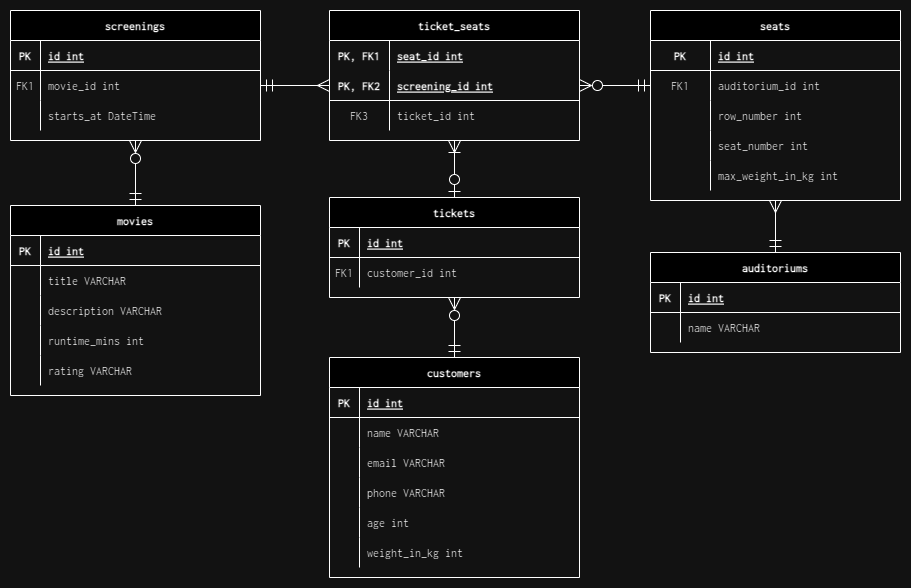
Earlier version of the draw.io export er_diag.png (boolean-uk/csharp-api-cinema-challenge). Source tidied: cells renumbered, new cells last; positions are measured from the earlier drawing's top-left corner, leaving out a move shared by most shapes.
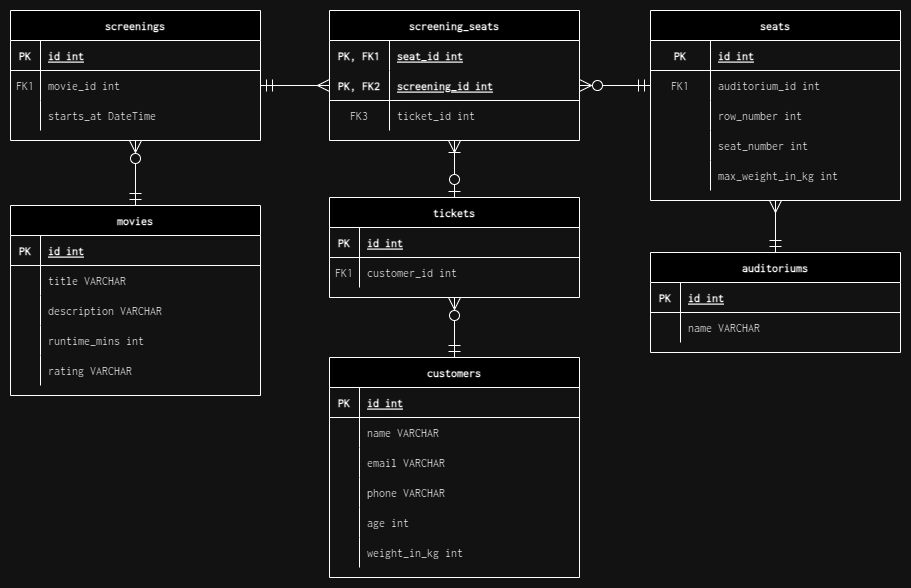
After the change.

Commit message:
Model: Updated Schema Diagram

Change to the diagram source:
```diff
@@ -83,7 +83,7 @@
     <mxCell id="28" value="starts_at DateTime" style="shape=partialRectangle;overflow=hidden;fillColor=none;top=0;left=0;bottom=0;right=0;align=left;spacingLeft=6;fontFamily=Inconsolata;fontSource=https%3A%2F%2Ffonts.googleapis.com%2Fcss%3Ffamily%3DInconsolata;" parent="26" vertex="1">
       <mxGeometry x="30" width="220" height="30" as="geometry" />
     </mxCell>
-    <mxCell id="29" value="ticket_seats" style="shape=table;startSize=30;rowLines=0;fontStyle=1;align=center;fontFamily=Inconsolata;fontSource=https%3A%2F%2Ffonts.googleapis.com%2Fcss%3Ffamily%3DInconsolata;" parent="1" vertex="1">
+    <mxCell id="29" value="screening_seats" style="shape=table;startSize=30;rowLines=0;fontStyle=1;align=center;fontFamily=Inconsolata;fontSource=https%3A%2F%2Ffonts.googleapis.com%2Fcss%3Ffamily%3DInconsolata;" parent="1" vertex="1">
       <mxGeometry x="319" width="250" height="130" as="geometry" />
     </mxCell>
     <mxCell id="30" style="shape=partialRectangle;fillColor=none;top=0;left=0;right=0;bottom=0;fontFamily=Inconsolata;fontSource=https%3A%2F%2Ffonts.googleapis.com%2Fcss%3Ffamily%3DInconsolata;" parent="29" vertex="1">
```
